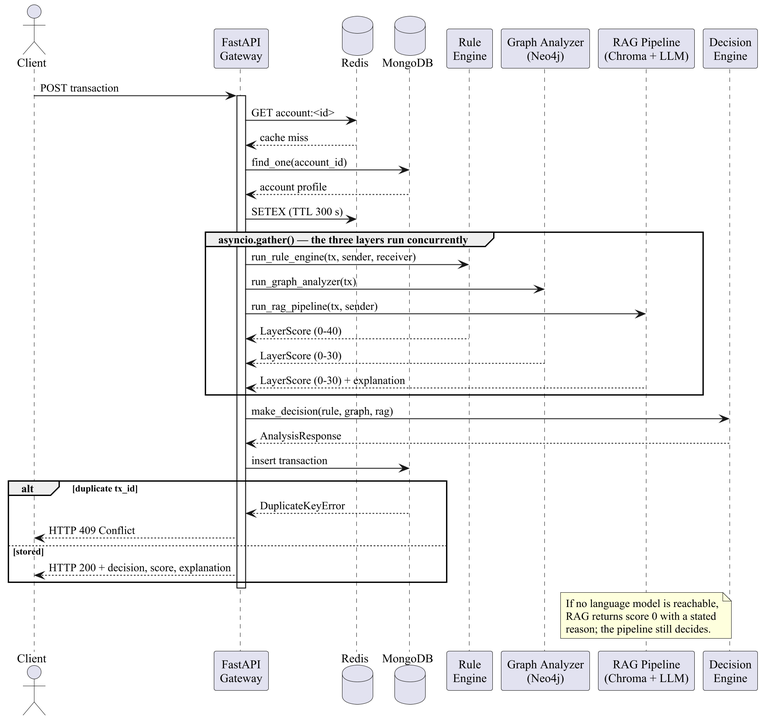
Earlier version of the PlantUML export docs/diagrams/04-sequence.png (OMJOSHI15/indus11).
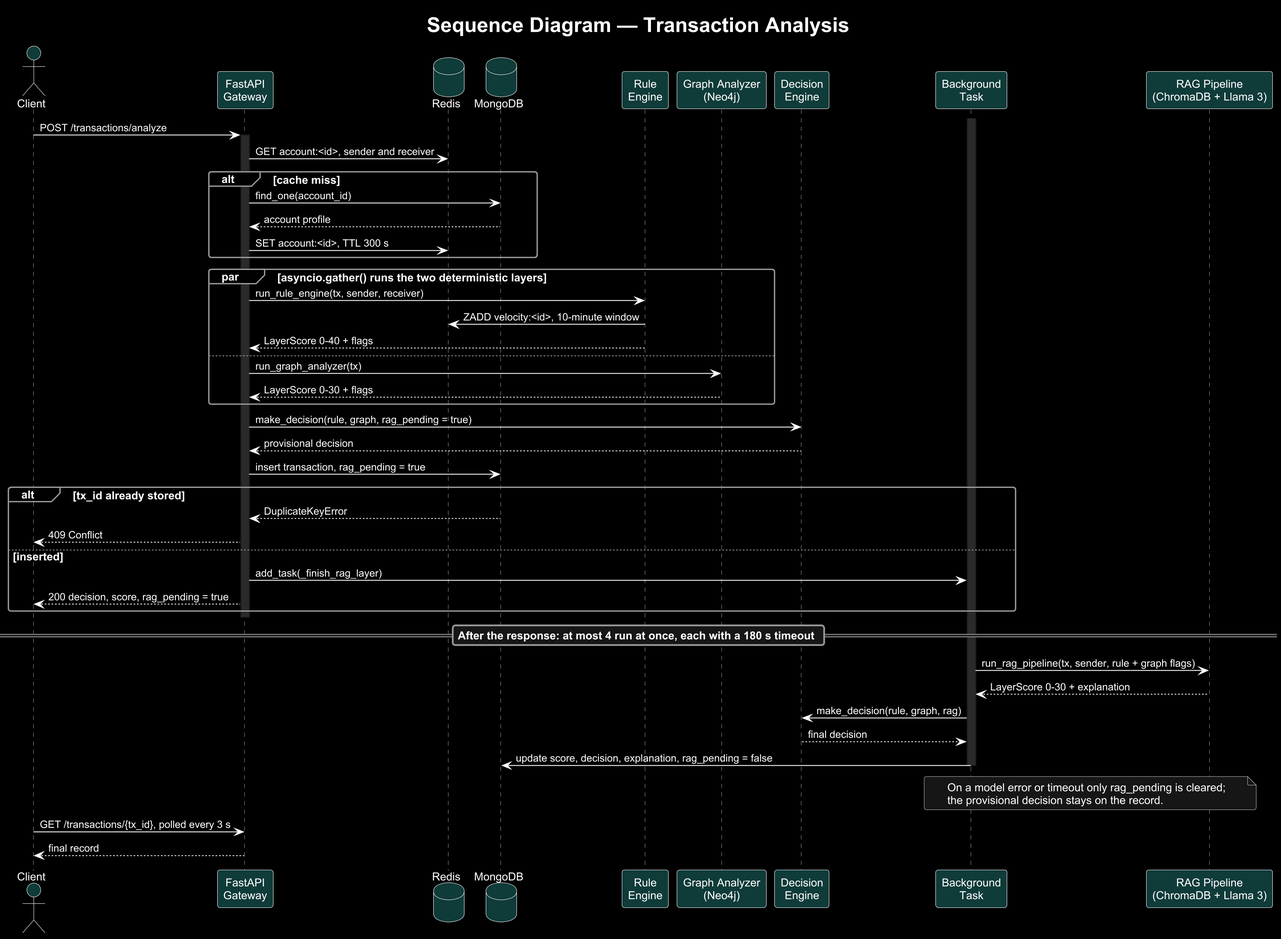
The same file after the commit.

Diff of the diagram source:
```diff
@@ -1,40 +1,53 @@
 @startuml
-skinparam dpi 200
-skinparam backgroundColor white
-skinparam shadowing false
-skinparam defaultFontName Times New Roman
+!include _theme.iuml
+title Sequence Diagram — Transaction Analysis
 actor Client
 participant "FastAPI\nGateway" as GW
 database Redis
 database MongoDB
 participant "Rule\nEngine" as RULE
 participant "Graph Analyzer\n(Neo4j)" as GRAPH
-participant "RAG Pipeline\n(Chroma + LLM)" as RAG
 participant "Decision\nEngine" as DEC
-Client -> GW : POST transaction
+participant "Background\nTask" as BG
+participant "RAG Pipeline\n(ChromaDB + Llama 3)" as RAG
+
+Client -> GW : POST /transactions/analyze
 activate GW
-GW -> Redis : GET account:<id>
-Redis --> GW : cache miss
-GW -> MongoDB : find_one(account_id)
-MongoDB --> GW : account profile
-GW -> Redis : SETEX (TTL 300 s)
-group asyncio.gather() — the three layers run concurrently
+GW -> Redis : GET account:<id>, sender and receiver
+alt cache miss
+  GW -> MongoDB : find_one(account_id)
+  MongoDB --> GW : account profile
+  GW -> Redis : SET account:<id>, TTL 300 s
+end
+par asyncio.gather() runs the two deterministic layers
   GW -> RULE : run_rule_engine(tx, sender, receiver)
+  RULE -> Redis : ZADD velocity:<id>, 10-minute window
+  RULE --> GW : LayerScore 0-40 + flags
+else
   GW -> GRAPH : run_graph_analyzer(tx)
-  GW -> RAG : run_rag_pipeline(tx, sender)
-  RULE --> GW : LayerScore (0-40)
-  GRAPH --> GW : LayerScore (0-30)
-  RAG --> GW : LayerScore (0-30) + explanation
+  GRAPH --> GW : LayerScore 0-30 + flags
 end
-GW -> DEC : make_decision(rule, graph, rag)
-DEC --> GW : AnalysisResponse
-GW -> MongoDB : insert transaction
-alt duplicate tx_id
+GW -> DEC : make_decision(rule, graph, rag_pending = true)
+DEC --> GW : provisional decision
+GW -> MongoDB : insert transaction, rag_pending = true
+alt tx_id already stored
   MongoDB --> GW : DuplicateKeyError
-  GW --> Client : HTTP 409 Conflict
-else stored
-  GW --> Client : HTTP 200 + decision, score, explanation
+  GW --> Client : 409 Conflict
+else inserted
+  GW -> BG : add_task(_finish_rag_layer)
+  GW --> Client : 200 decision, score, rag_pending = true
 end
 deactivate GW
-note over RAG : If no language model is reachable,\nRAG returns score 0 with a stated\nreason; the pipeline still decides.
+
+== After the response: at most 4 run at once, each with a 180 s timeout ==
+activate BG
+BG -> RAG : run_rag_pipeline(tx, sender, rule + graph flags)
+RAG --> BG : LayerScore 0-30 + explanation
+BG -> DEC : make_decision(rule, graph, rag)
+DEC --> BG : final decision
+BG -> MongoDB : update score, decision, explanation, rag_pending = false
+deactivate BG
+note over BG, RAG : On a model error or timeout only rag_pending is cleared;\nthe provisional decision stays on the record.
+Client -> GW : GET /transactions/{tx_id}, polled every 3 s
+GW --> Client : final record
 @enduml
```
